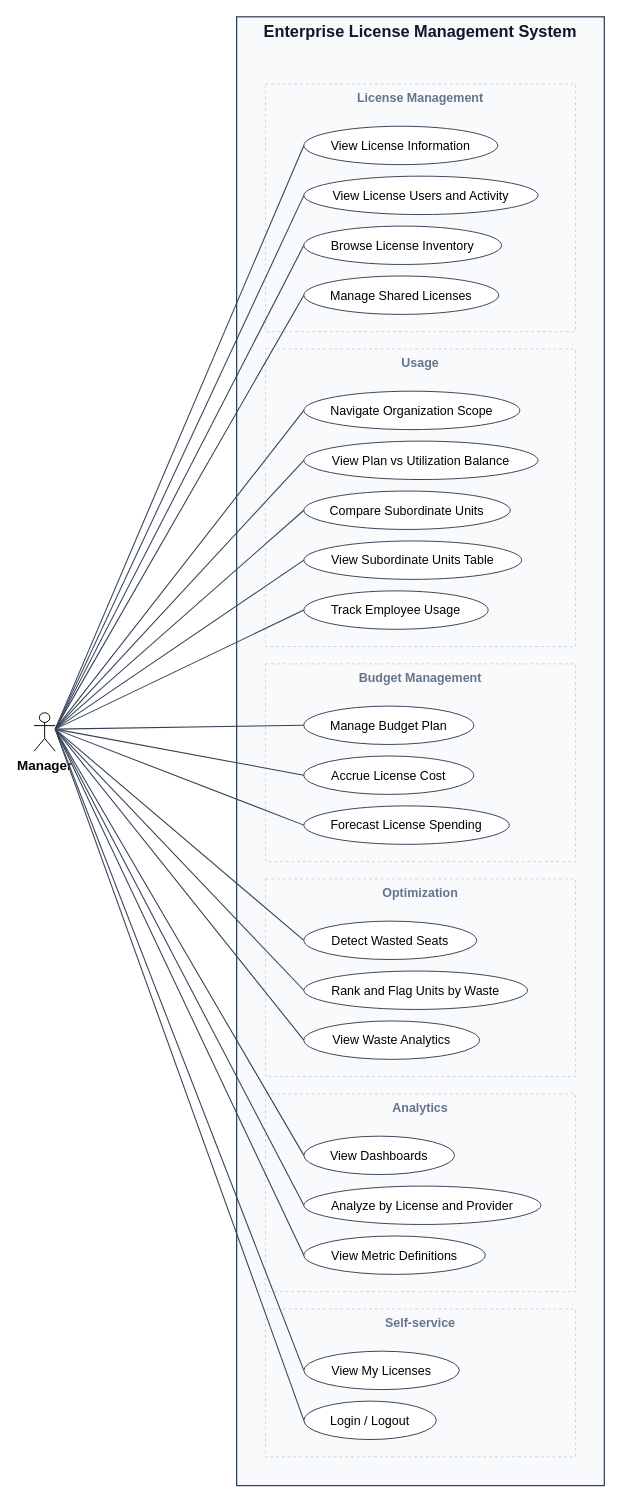
The draw.io diagram docs/diagrams/out/uc_manager.drawio in cuonglpv/VFast, before the edit. Source tidied: cells renumbered, new cells numbered last; positions are measured from the earlier drawing's top-left corner, leaving out a move shared by most shapes. Both pictures are drawn from the tidied source at 96%, with x=0, y=0 at pixel (34, 16).
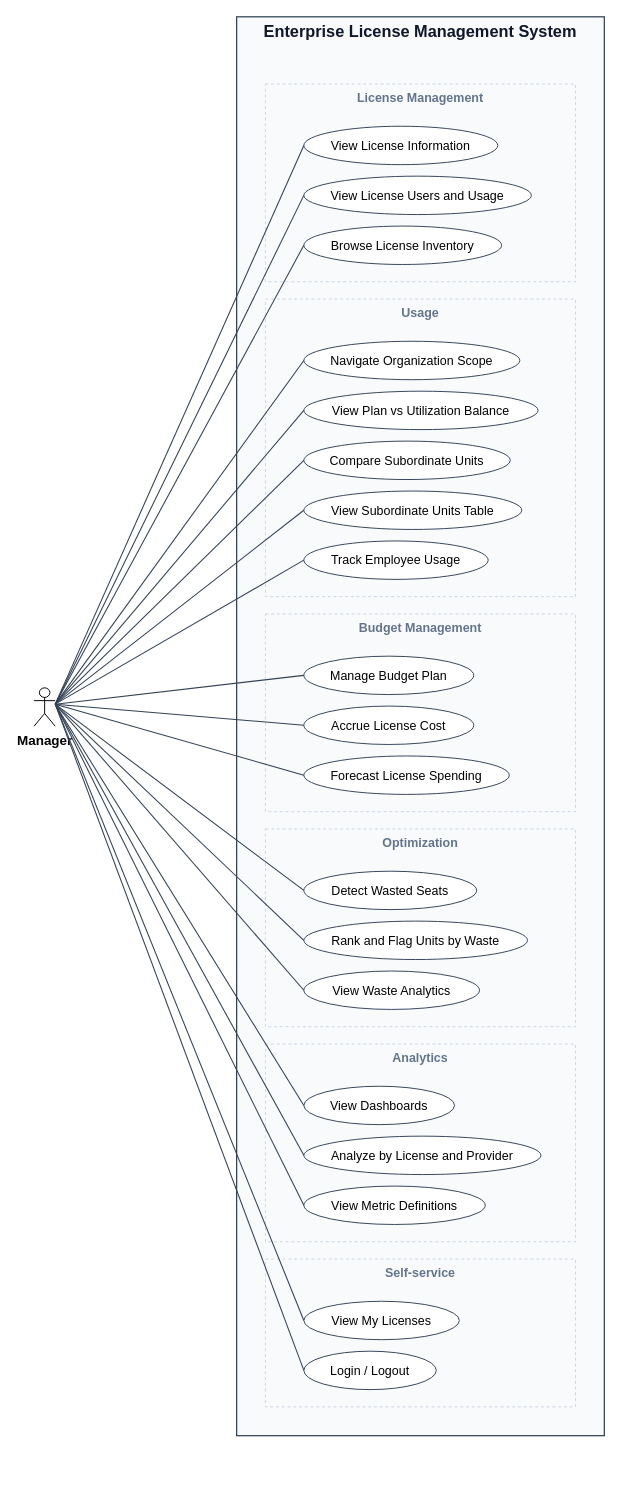
The same diagram, later.

Change to the diagram source:
```diff
@@
     <mxCell id="2" value="Enterprise License Management System" style="rounded=0;arcSize=0;absoluteArcSize=1;whiteSpace=wrap;html=1;fillColor=#F8FAFC;strokeColor=#334155;strokeWidth=1.3;fontSize=17;fontColor=#0f172a;align=center;verticalAlign=top;fontStyle=1;" parent="1" vertex="1">
-      <mxGeometry x="211" width="383" height="1530" as="geometry" />
+      <mxGeometry x="211" width="383" height="1478" as="geometry" />
     </mxCell>
     <mxCell id="3" value="License Management" style="rounded=0;arcSize=0;absoluteArcSize=1;whiteSpace=wrap;html=1;fillColor=#F8FAFC;strokeColor=#CBD5E1;strokeWidth=1;fontSize=13;fontColor=#64748B;align=center;verticalAlign=top;dashed=1;fontStyle=1;" parent="1" vertex="1">
-      <mxGeometry x="241" y="70" width="323" height="258" as="geometry" />
+      <mxGeometry x="241" y="70" width="323" height="206" as="geometry" />
     </mxCell>
@@
-    <mxCell id="5" value="View License Users and Activity" style="ellipse;whiteSpace=wrap;html=1;fillColor=#ffffff;strokeColor=#334155;fontSize=13;fontColor=#000000;" parent="1" vertex="1">
-      <mxGeometry x="281" y="166" width="244" height="40" as="geometry" />
+    <mxCell id="5" value="View License Users and Usage" style="ellipse;whiteSpace=wrap;html=1;fillColor=#ffffff;strokeColor=#334155;fontSize=13;fontColor=#000000;" parent="1" vertex="1">
+      <mxGeometry x="281" y="166" width="237" height="40" as="geometry" />
     </mxCell>
@@
-    <mxCell id="7" value="Manage Shared Licenses" style="ellipse;whiteSpace=wrap;html=1;fillColor=#ffffff;strokeColor=#334155;fontSize=13;fontColor=#000000;" parent="1" vertex="1">
-      <mxGeometry x="281" y="270" width="203" height="40" as="geometry" />
+    <mxCell id="7" value="Usage" style="rounded=0;arcSize=0;absoluteArcSize=1;whiteSpace=wrap;html=1;fillColor=#F8FAFC;strokeColor=#CBD5E1;strokeWidth=1;fontSize=13;fontColor=#64748B;align=center;verticalAlign=top;dashed=1;fontStyle=1;" parent="1" vertex="1">
+      <mxGeometry x="241" y="294" width="323" height="310" as="geometry" />
     </mxCell>
-    <mxCell id="8" value="Usage" style="rounded=0;arcSize=0;absoluteArcSize=1;whiteSpace=wrap;html=1;fillColor=#F8FAFC;strokeColor=#CBD5E1;strokeWidth=1;fontSize=13;fontColor=#64748B;align=center;verticalAlign=top;dashed=1;fontStyle=1;" parent="1" vertex="1">
-      <mxGeometry x="241" y="346" width="323" height="310" as="geometry" />
+    <mxCell id="8" value="Navigate Organization Scope" style="ellipse;whiteSpace=wrap;html=1;fillColor=#ffffff;strokeColor=#334155;fontSize=13;fontColor=#000000;" parent="1" vertex="1">
+      <mxGeometry x="281" y="338" width="225" height="40" as="geometry" />
     </mxCell>
-    <mxCell id="9" value="Navigate Organization Scope" style="ellipse;whiteSpace=wrap;html=1;fillColor=#ffffff;strokeColor=#334155;fontSize=13;fontColor=#000000;" parent="1" vertex="1">
-      <mxGeometry x="281" y="390" width="225" height="40" as="geometry" />
+    <mxCell id="9" value="View Plan vs Utilization Balance" style="ellipse;whiteSpace=wrap;html=1;fillColor=#ffffff;strokeColor=#334155;fontSize=13;fontColor=#000000;" parent="1" vertex="1">
+      <mxGeometry x="281" y="390" width="244" height="40" as="geometry" />
     </mxCell>
-    <mxCell id="10" value="View Plan vs Utilization Balance" style="ellipse;whiteSpace=wrap;html=1;fillColor=#ffffff;strokeColor=#334155;fontSize=13;fontColor=#000000;" parent="1" vertex="1">
-      <mxGeometry x="281" y="442" width="244" height="40" as="geometry" />
+    <mxCell id="10" value="Compare Subordinate Units" style="ellipse;whiteSpace=wrap;html=1;fillColor=#ffffff;strokeColor=#334155;fontSize=13;fontColor=#000000;" parent="1" vertex="1">
+      <mxGeometry x="281" y="442" width="215" height="40" as="geometry" />
     </mxCell>
-    <mxCell id="11" value="Compare Subordinate Units" style="ellipse;whiteSpace=wrap;html=1;fillColor=#ffffff;strokeColor=#334155;fontSize=13;fontColor=#000000;" parent="1" vertex="1">
-      <mxGeometry x="281" y="494" width="215" height="40" as="geometry" />
+    <mxCell id="11" value="View Subordinate Units Table" style="ellipse;whiteSpace=wrap;html=1;fillColor=#ffffff;strokeColor=#334155;fontSize=13;fontColor=#000000;" parent="1" vertex="1">
+      <mxGeometry x="281" y="494" width="227" height="40" as="geometry" />
     </mxCell>
-    <mxCell id="12" value="View Subordinate Units Table" style="ellipse;whiteSpace=wrap;html=1;fillColor=#ffffff;strokeColor=#334155;fontSize=13;fontColor=#000000;" parent="1" vertex="1">
-      <mxGeometry x="281" y="546" width="227" height="40" as="geometry" />
+    <mxCell id="12" value="Track Employee Usage" style="ellipse;whiteSpace=wrap;html=1;fillColor=#ffffff;strokeColor=#334155;fontSize=13;fontColor=#000000;" parent="1" vertex="1">
+      <mxGeometry x="281" y="546" width="192" height="40" as="geometry" />
     </mxCell>
-    <mxCell id="13" value="Track Employee Usage" style="ellipse;whiteSpace=wrap;html=1;fillColor=#ffffff;strokeColor=#334155;fontSize=13;fontColor=#000000;" parent="1" vertex="1">
-      <mxGeometry x="281" y="598" width="192" height="40" as="geometry" />
+    <mxCell id="13" value="Budget Management" style="rounded=0;arcSize=0;absoluteArcSize=1;whiteSpace=wrap;html=1;fillColor=#F8FAFC;strokeColor=#CBD5E1;strokeWidth=1;fontSize=13;fontColor=#64748B;align=center;verticalAlign=top;dashed=1;fontStyle=1;" parent="1" vertex="1">
+      <mxGeometry x="241" y="622" width="323" height="206" as="geometry" />
     </mxCell>
-    <mxCell id="14" value="Budget Management" style="rounded=0;arcSize=0;absoluteArcSize=1;whiteSpace=wrap;html=1;fillColor=#F8FAFC;strokeColor=#CBD5E1;strokeWidth=1;fontSize=13;fontColor=#64748B;align=center;verticalAlign=top;dashed=1;fontStyle=1;" parent="1" vertex="1">
-      <mxGeometry x="241" y="674" width="323" height="206" as="geometry" />
+    <mxCell id="14" value="Manage Budget Plan" style="ellipse;whiteSpace=wrap;html=1;fillColor=#ffffff;strokeColor=#334155;fontSize=13;fontColor=#000000;" parent="1" vertex="1">
+      <mxGeometry x="281" y="666" width="177" height="40" as="geometry" />
     </mxCell>
-    <mxCell id="15" value="Manage Budget Plan" style="ellipse;whiteSpace=wrap;html=1;fillColor=#ffffff;strokeColor=#334155;fontSize=13;fontColor=#000000;" parent="1" vertex="1">
+    <mxCell id="15" value="Accrue License Cost" style="ellipse;whiteSpace=wrap;html=1;fillColor=#ffffff;strokeColor=#334155;fontSize=13;fontColor=#000000;" parent="1" vertex="1">
       <mxGeometry x="281" y="718" width="177" height="40" as="geometry" />
     </mxCell>
-    <mxCell id="16" value="Accrue License Cost" style="ellipse;whiteSpace=wrap;html=1;fillColor=#ffffff;strokeColor=#334155;fontSize=13;fontColor=#000000;" parent="1" vertex="1">
-      <mxGeometry x="281" y="770" width="177" height="40" as="geometry" />
+    <mxCell id="16" value="Forecast License Spending" style="ellipse;whiteSpace=wrap;html=1;fillColor=#ffffff;strokeColor=#334155;fontSize=13;fontColor=#000000;" parent="1" vertex="1">
+      <mxGeometry x="281" y="770" width="214" height="40" as="geometry" />
     </mxCell>
-    <mxCell id="17" value="Forecast License Spending" style="ellipse;whiteSpace=wrap;html=1;fillColor=#ffffff;strokeColor=#334155;fontSize=13;fontColor=#000000;" parent="1" vertex="1">
-      <mxGeometry x="281" y="822" width="214" height="40" as="geometry" />
+    <mxCell id="17" value="Optimization" style="rounded=0;arcSize=0;absoluteArcSize=1;whiteSpace=wrap;html=1;fillColor=#F8FAFC;strokeColor=#CBD5E1;strokeWidth=1;fontSize=13;fontColor=#64748B;align=center;verticalAlign=top;dashed=1;fontStyle=1;" parent="1" vertex="1">
+      <mxGeometry x="241" y="846" width="323" height="206" as="geometry" />
     </mxCell>
-    <mxCell id="18" value="Optimization" style="rounded=0;arcSize=0;absoluteArcSize=1;whiteSpace=wrap;html=1;fillColor=#F8FAFC;strokeColor=#CBD5E1;strokeWidth=1;fontSize=13;fontColor=#64748B;align=center;verticalAlign=top;dashed=1;fontStyle=1;" parent="1" vertex="1">
-      <mxGeometry x="241" y="898" width="323" height="206" as="geometry" />
+    <mxCell id="18" value="Detect Wasted Seats" style="ellipse;whiteSpace=wrap;html=1;fillColor=#ffffff;strokeColor=#334155;fontSize=13;fontColor=#000000;" parent="1" vertex="1">
+      <mxGeometry x="281" y="890" width="180" height="40" as="geometry" />
     </mxCell>
-    <mxCell id="19" value="Detect Wasted Seats" style="ellipse;whiteSpace=wrap;html=1;fillColor=#ffffff;strokeColor=#334155;fontSize=13;fontColor=#000000;" parent="1" vertex="1">
-      <mxGeometry x="281" y="942" width="180" height="40" as="geometry" />
+    <mxCell id="19" value="Rank and Flag Units by Waste" style="ellipse;whiteSpace=wrap;html=1;fillColor=#ffffff;strokeColor=#334155;fontSize=13;fontColor=#000000;" parent="1" vertex="1">
+      <mxGeometry x="281" y="942" width="233" height="40" as="geometry" />
     </mxCell>
-    <mxCell id="20" value="Rank and Flag Units by Waste" style="ellipse;whiteSpace=wrap;html=1;fillColor=#ffffff;strokeColor=#334155;fontSize=13;fontColor=#000000;" parent="1" vertex="1">
-      <mxGeometry x="281" y="994" width="233" height="40" as="geometry" />
+    <mxCell id="20" value="View Waste Analytics" style="ellipse;whiteSpace=wrap;html=1;fillColor=#ffffff;strokeColor=#334155;fontSize=13;fontColor=#000000;" parent="1" vertex="1">
+      <mxGeometry x="281" y="994" width="183" height="40" as="geometry" />
     </mxCell>
-    <mxCell id="21" value="View Waste Analytics" style="ellipse;whiteSpace=wrap;html=1;fillColor=#ffffff;strokeColor=#334155;fontSize=13;fontColor=#000000;" parent="1" vertex="1">
-      <mxGeometry x="281" y="1046" width="183" height="40" as="geometry" />
+    <mxCell id="21" value="Analytics" style="rounded=0;arcSize=0;absoluteArcSize=1;whiteSpace=wrap;html=1;fillColor=#F8FAFC;strokeColor=#CBD5E1;strokeWidth=1;fontSize=13;fontColor=#64748B;align=center;verticalAlign=top;dashed=1;fontStyle=1;" parent="1" vertex="1">
+      <mxGeometry x="241" y="1070" width="323" height="206" as="geometry" />
     </mxCell>
-    <mxCell id="22" value="Analytics" style="rounded=0;arcSize=0;absoluteArcSize=1;whiteSpace=wrap;html=1;fillColor=#F8FAFC;strokeColor=#CBD5E1;strokeWidth=1;fontSize=13;fontColor=#64748B;align=center;verticalAlign=top;dashed=1;fontStyle=1;" parent="1" vertex="1">
-      <mxGeometry x="241" y="1122" width="323" height="206" as="geometry" />
+    <mxCell id="22" value="View Dashboards" style="ellipse;whiteSpace=wrap;html=1;fillColor=#ffffff;strokeColor=#334155;fontSize=13;fontColor=#000000;" parent="1" vertex="1">
+      <mxGeometry x="281" y="1114" width="157" height="40" as="geometry" />
     </mxCell>
-    <mxCell id="23" value="View Dashboards" style="ellipse;whiteSpace=wrap;html=1;fillColor=#ffffff;strokeColor=#334155;fontSize=13;fontColor=#000000;" parent="1" vertex="1">
-      <mxGeometry x="281" y="1166" width="157" height="40" as="geometry" />
+    <mxCell id="23" value="Analyze by License and Provider" style="ellipse;whiteSpace=wrap;html=1;fillColor=#ffffff;strokeColor=#334155;fontSize=13;fontColor=#000000;" parent="1" vertex="1">
+      <mxGeometry x="281" y="1166" width="247" height="40" as="geometry" />
     </mxCell>
-    <mxCell id="24" value="Analyze by License and Provider" style="ellipse;whiteSpace=wrap;html=1;fillColor=#ffffff;strokeColor=#334155;fontSize=13;fontColor=#000000;" parent="1" vertex="1">
-      <mxGeometry x="281" y="1218" width="247" height="40" as="geometry" />
+    <mxCell id="24" value="View Metric Definitions" style="ellipse;whiteSpace=wrap;html=1;fillColor=#ffffff;strokeColor=#334155;fontSize=13;fontColor=#000000;" parent="1" vertex="1">
+      <mxGeometry x="281" y="1218" width="189" height="40" as="geometry" />
     </mxCell>
-    <mxCell id="25" value="View Metric Definitions" style="ellipse;whiteSpace=wrap;html=1;fillColor=#ffffff;strokeColor=#334155;fontSize=13;fontColor=#000000;" parent="1" vertex="1">
-      <mxGeometry x="281" y="1270" width="189" height="40" as="geometry" />
+    <mxCell id="25" value="Self-service" style="rounded=0;arcSize=0;absoluteArcSize=1;whiteSpace=wrap;html=1;fillColor=#F8FAFC;strokeColor=#CBD5E1;strokeWidth=1;fontSize=13;fontColor=#64748B;align=center;verticalAlign=top;dashed=1;fontStyle=1;" parent="1" vertex="1">
+      <mxGeometry x="241" y="1294" width="323" height="154" as="geometry" />
     </mxCell>
-    <mxCell id="26" value="Self-service" style="rounded=0;arcSize=0;absoluteArcSize=1;whiteSpace=wrap;html=1;fillColor=#F8FAFC;strokeColor=#CBD5E1;strokeWidth=1;fontSize=13;fontColor=#64748B;align=center;verticalAlign=top;dashed=1;fontStyle=1;" parent="1" vertex="1">
-      <mxGeometry x="241" y="1346" width="323" height="154" as="geometry" />
+    <mxCell id="26" value="View My Licenses" style="ellipse;whiteSpace=wrap;html=1;fillColor=#ffffff;strokeColor=#334155;fontSize=13;fontColor=#000000;" parent="1" vertex="1">
+      <mxGeometry x="281" y="1338" width="162" height="40" as="geometry" />
     </mxCell>
-    <mxCell id="27" value="View My Licenses" style="ellipse;whiteSpace=wrap;html=1;fillColor=#ffffff;strokeColor=#334155;fontSize=13;fontColor=#000000;" parent="1" vertex="1">
-      <mxGeometry x="281" y="1390" width="162" height="40" as="geometry" />
+    <mxCell id="27" value="Login / Logout" style="ellipse;whiteSpace=wrap;html=1;fillColor=#ffffff;strokeColor=#334155;fontSize=13;fontColor=#000000;" parent="1" vertex="1">
+      <mxGeometry x="281" y="1390" width="138" height="40" as="geometry" />
     </mxCell>
-    <mxCell id="28" value="Login / Logout" style="ellipse;whiteSpace=wrap;html=1;fillColor=#ffffff;strokeColor=#334155;fontSize=13;fontColor=#000000;" parent="1" vertex="1">
-      <mxGeometry x="281" y="1442" width="138" height="40" as="geometry" />
+    <mxCell id="28" value="Manager" style="shape=umlActor;html=1;verticalLabelPosition=bottom;verticalAlign=top;labelPosition=center;align=center;fontSize=14;fontStyle=1;" parent="1" vertex="1">
+      <mxGeometry y="699" width="22" height="40" as="geometry" />
     </mxCell>
-    <mxCell id="29" value="Manager" style="shape=umlActor;html=1;verticalLabelPosition=bottom;verticalAlign=top;labelPosition=center;align=center;fontSize=14;fontStyle=1;" parent="1" vertex="1">
-      <mxGeometry y="725" width="22" height="40" as="geometry" />
+    <mxCell id="29" style="html=1;rounded=0;endArrow=none;endFill=0;startArrow=none;startFill=0;strokeColor=#334155;strokeWidth=1.1;" parent="1" edge="1">
+      <mxGeometry relative="1" as="geometry">
+        <mxPoint x="22" y="716" as="sourcePoint" />
+        <mxPoint x="281" y="134" as="targetPoint" />
+      </mxGeometry>
     </mxCell>
     <mxCell id="30" style="html=1;rounded=0;endArrow=none;endFill=0;startArrow=none;startFill=0;strokeColor=#334155;strokeWidth=1.1;" parent="1" edge="1">
       <mxGeometry relative="1" as="geometry">
-        <mxPoint x="22" y="742" as="sourcePoint" />
-        <mxPoint x="281" y="134" as="targetPoint" />
+        <mxPoint x="22" y="716" as="sourcePoint" />
+        <mxPoint x="281" y="186" as="targetPoint" />
       </mxGeometry>
     </mxCell>
     <mxCell id="31" style="html=1;rounded=0;endArrow=none;endFill=0;startArrow=none;startFill=0;strokeColor=#334155;strokeWidth=1.1;" parent="1" edge="1">
       <mxGeometry relative="1" as="geometry">
-        <mxPoint x="22" y="742" as="sourcePoint" />
-        <mxPoint x="281" y="186" as="targetPoint" />
+        <mxPoint x="22" y="716" as="sourcePoint" />
+        <mxPoint x="281" y="238" as="targetPoint" />
       </mxGeometry>
     </mxCell>
     <mxCell id="32" style="html=1;rounded=0;endArrow=none;endFill=0;startArrow=none;startFill=0;strokeColor=#334155;strokeWidth=1.1;" parent="1" edge="1">
       <mxGeometry relative="1" as="geometry">
-        <mxPoint x="22" y="742" as="sourcePoint" />
-        <mxPoint x="281" y="238" as="targetPoint" />
+        <mxPoint x="22" y="716" as="sourcePoint" />
+        <mxPoint x="281" y="358" as="targetPoint" />
       </mxGeometry>
     </mxCell>
     <mxCell id="33" style="html=1;rounded=0;endArrow=none;endFill=0;startArrow=none;startFill=0;strokeColor=#334155;strokeWidth=1.1;" parent="1" edge="1">
       <mxGeometry relative="1" as="geometry">
-        <mxPoint x="22" y="742" as="sourcePoint" />
-        <mxPoint x="281" y="290" as="targetPoint" />
+        <mxPoint x="22" y="716" as="sourcePoint" />
+        <mxPoint x="281" y="410" as="targetPoint" />
       </mxGeometry>
     </mxCell>
     <mxCell id="34" style="html=1;rounded=0;endArrow=none;endFill=0;startArrow=none;startFill=0;strokeColor=#334155;strokeWidth=1.1;" parent="1" edge="1">
       <mxGeometry relative="1" as="geometry">
-        <mxPoint x="22" y="742" as="sourcePoint" />
-        <mxPoint x="281" y="410" as="targetPoint" />
+        <mxPoint x="22" y="716" as="sourcePoint" />
+        <mxPoint x="281" y="462" as="targetPoint" />
       </mxGeometry>
     </mxCell>
     <mxCell id="35" style="html=1;rounded=0;endArrow=none;endFill=0;startArrow=none;startFill=0;strokeColor=#334155;strokeWidth=1.1;" parent="1" edge="1">
       <mxGeometry relative="1" as="geometry">
-        <mxPoint x="22" y="742" as="sourcePoint" />
-        <mxPoint x="281" y="462" as="targetPoint" />
+        <mxPoint x="22" y="716" as="sourcePoint" />
+        <mxPoint x="281" y="514" as="targetPoint" />
       </mxGeometry>
     </mxCell>
     <mxCell id="36" style="html=1;rounded=0;endArrow=none;endFill=0;startArrow=none;startFill=0;strokeColor=#334155;strokeWidth=1.1;" parent="1" edge="1">
       <mxGeometry relative="1" as="geometry">
-        <mxPoint x="22" y="742" as="sourcePoint" />
-        <mxPoint x="281" y="514" as="targetPoint" />
+        <mxPoint x="22" y="716" as="sourcePoint" />
+        <mxPoint x="281" y="566" as="targetPoint" />
       </mxGeometry>
     </mxCell>
     <mxCell id="37" style="html=1;rounded=0;endArrow=none;endFill=0;startArrow=none;startFill=0;strokeColor=#334155;strokeWidth=1.1;" parent="1" edge="1">
       <mxGeometry relative="1" as="geometry">
-        <mxPoint x="22" y="742" as="sourcePoint" />
-        <mxPoint x="281" y="566" as="targetPoint" />
+        <mxPoint x="22" y="716" as="sourcePoint" />
+        <mxPoint x="281" y="686" as="targetPoint" />
       </mxGeometry>
     </mxCell>
     <mxCell id="38" style="html=1;rounded=0;endArrow=none;endFill=0;startArrow=none;startFill=0;strokeColor=#334155;strokeWidth=1.1;" parent="1" edge="1">
       <mxGeometry relative="1" as="geometry">
-        <mxPoint x="22" y="742" as="sourcePoint" />
-        <mxPoint x="281" y="618" as="targetPoint" />
+        <mxPoint x="22" y="716" as="sourcePoint" />
+        <mxPoint x="281" y="738" as="targetPoint" />
       </mxGeometry>
     </mxCell>
     <mxCell id="39" style="html=1;rounded=0;endArrow=none;endFill=0;startArrow=none;startFill=0;strokeColor=#334155;strokeWidth=1.1;" parent="1" edge="1">
       <mxGeometry relative="1" as="geometry">
-        <mxPoint x="22" y="742" as="sourcePoint" />
-        <mxPoint x="281" y="738" as="targetPoint" />
+        <mxPoint x="22" y="716" as="sourcePoint" />
+        <mxPoint x="281" y="790" as="targetPoint" />
       </mxGeometry>
     </mxCell>
     <mxCell id="40" style="html=1;rounded=0;endArrow=none;endFill=0;startArrow=none;startFill=0;strokeColor=#334155;strokeWidth=1.1;" parent="1" edge="1">
       <mxGeometry relative="1" as="geometry">
-        <mxPoint x="22" y="742" as="sourcePoint" />
-        <mxPoint x="281" y="790" as="targetPoint" />
+        <mxPoint x="22" y="716" as="sourcePoint" />
+        <mxPoint x="281" y="910" as="targetPoint" />
       </mxGeometry>
     </mxCell>
     <mxCell id="41" style="html=1;rounded=0;endArrow=none;endFill=0;startArrow=none;startFill=0;strokeColor=#334155;strokeWidth=1.1;" parent="1" edge="1">
       <mxGeometry relative="1" as="geometry">
-        <mxPoint x="22" y="742" as="sourcePoint" />
-        <mxPoint x="281" y="842" as="targetPoint" />
+        <mxPoint x="22" y="716" as="sourcePoint" />
+        <mxPoint x="281" y="962" as="targetPoint" />
       </mxGeometry>
     </mxCell>
     <mxCell id="42" style="html=1;rounded=0;endArrow=none;endFill=0;startArrow=none;startFill=0;strokeColor=#334155;strokeWidth=1.1;" parent="1" edge="1">
       <mxGeometry relative="1" as="geometry">
-        <mxPoint x="22" y="742" as="sourcePoint" />
-        <mxPoint x="281" y="962" as="targetPoint" />
+        <mxPoint x="22" y="716" as="sourcePoint" />
+        <mxPoint x="281" y="1014" as="targetPoint" />
       </mxGeometry>
     </mxCell>
     <mxCell id="43" style="html=1;rounded=0;endArrow=none;endFill=0;startArrow=none;startFill=0;strokeColor=#334155;strokeWidth=1.1;" parent="1" edge="1">
       <mxGeometry relative="1" as="geometry">
-        <mxPoint x="22" y="742" as="sourcePoint" />
-        <mxPoint x="281" y="1014" as="targetPoint" />
+        <mxPoint x="22" y="716" as="sourcePoint" />
+        <mxPoint x="281" y="1134" as="targetPoint" />
       </mxGeometry>
     </mxCell>
     <mxCell id="44" style="html=1;rounded=0;endArrow=none;endFill=0;startArrow=none;startFill=0;strokeColor=#334155;strokeWidth=1.1;" parent="1" edge="1">
       <mxGeometry relative="1" as="geometry">
-        <mxPoint x="22" y="742" as="sourcePoint" />
-        <mxPoint x="281" y="1066" as="targetPoint" />
+        <mxPoint x="22" y="716" as="sourcePoint" />
+        <mxPoint x="281" y="1186" as="targetPoint" />
       </mxGeometry>
     </mxCell>
     <mxCell id="45" style="html=1;rounded=0;endArrow=none;endFill=0;startArrow=none;startFill=0;strokeColor=#334155;strokeWidth=1.1;" parent="1" edge="1">
       <mxGeometry relative="1" as="geometry">
-        <mxPoint x="22" y="742" as="sourcePoint" />
-        <mxPoint x="281" y="1186" as="targetPoint" />
+        <mxPoint x="22" y="716" as="sourcePoint" />
+        <mxPoint x="281" y="1238" as="targetPoint" />
       </mxGeometry>
     </mxCell>
     <mxCell id="46" style="html=1;rounded=0;endArrow=none;endFill=0;startArrow=none;startFill=0;strokeColor=#334155;strokeWidth=1.1;" parent="1" edge="1">
       <mxGeometry relative="1" as="geometry">
-        <mxPoint x="22" y="742" as="sourcePoint" />
-        <mxPoint x="281" y="1238" as="targetPoint" />
+        <mxPoint x="22" y="716" as="sourcePoint" />
+        <mxPoint x="281" y="1358" as="targetPoint" />
       </mxGeometry>
     </mxCell>
     <mxCell id="47" style="html=1;rounded=0;endArrow=none;endFill=0;startArrow=none;startFill=0;strokeColor=#334155;strokeWidth=1.1;" parent="1" edge="1">
       <mxGeometry relative="1" as="geometry">
-        <mxPoint x="22" y="742" as="sourcePoint" />
-        <mxPoint x="281" y="1290" as="targetPoint" />
+        <mxPoint x="22" y="716" as="sourcePoint" />
+        <mxPoint x="281" y="1410" as="targetPoint" />
       </mxGeometry>
     </mxCell>
-    <mxCell id="48" style="html=1;rounded=0;endArrow=none;endFill=0;startArrow=none;startFill=0;strokeColor=#334155;strokeWidth=1.1;" parent="1" edge="1">
-      <mxGeometry relative="1" as="geometry">
-        <mxPoint x="22" y="742" as="sourcePoint" />
-        <mxPoint x="281" y="1410" as="targetPoint" />
-      </mxGeometry>
-    </mxCell>
-    <mxCell id="49" style="html=1;rounded=0;endArrow=none;endFill=0;startArrow=none;startFill=0;strokeColor=#334155;strokeWidth=1.1;" parent="1" edge="1">
-      <mxGeometry relative="1" as="geometry">
-        <mxPoint x="22" y="742" as="sourcePoint" />
-        <mxPoint x="281" y="1462" as="targetPoint" />
-      </mxGeometry>
-    </mxCell>
```
